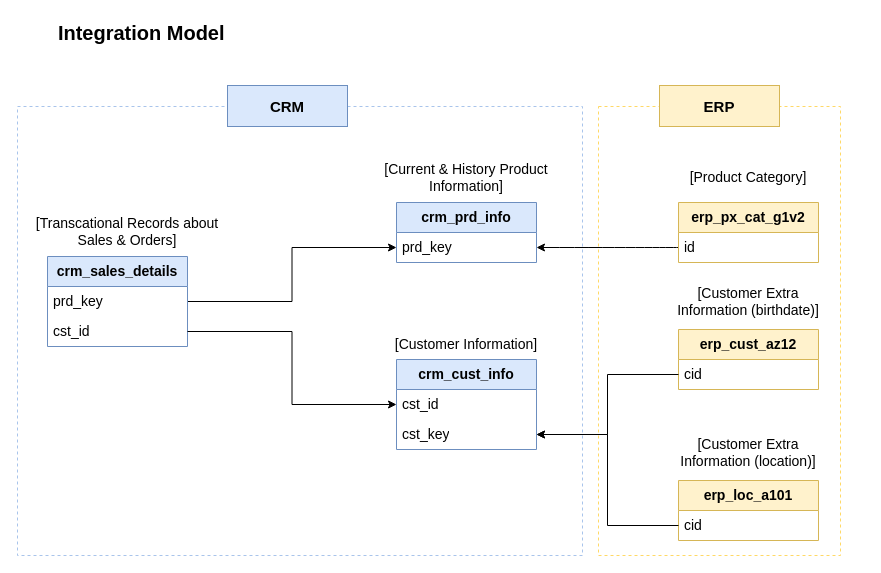
Earlier version of the draw.io diagram docs/diagrams/data_integration.drawio (NaimZaaraoui/data-warehouse-project-v2). Source tidied: cells renumbered, new cells numbered last; positions are measured from the earlier drawing's top-left corner, leaving out a move shared by most shapes. Both pictures are drawn from the tidied source at 100%, with x=0, y=0 at pixel (17, 17).
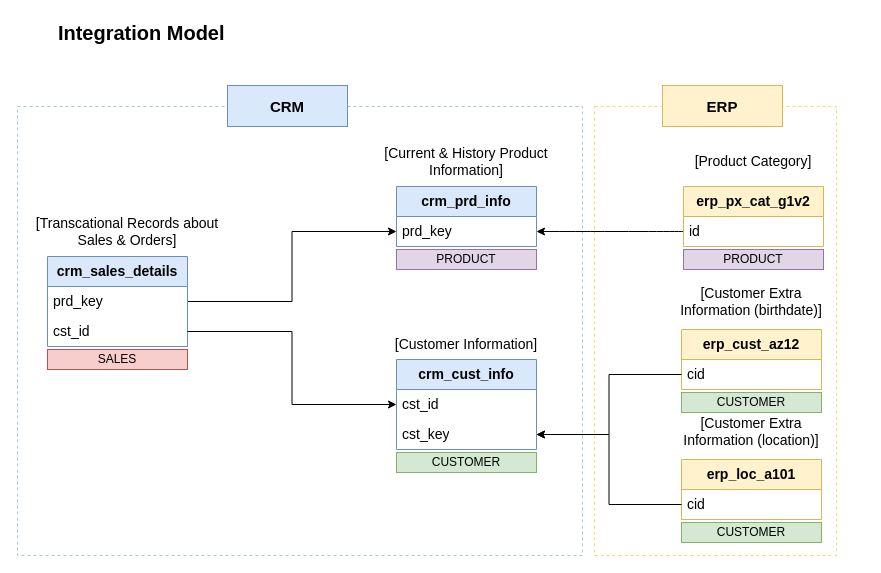
The same diagram, later.

Commit message (it also covers changes not shown here):
Update data integration diagram: adjust layout and add CRM and ERP sections

Change to the diagram source:
```diff
@@
+    <mxCell id="28" style="rounded=0;whiteSpace=wrap;html=1;fillColor=none;dashed=1;strokeColor=#A9C4EB;" parent="1" vertex="1">
+      <mxGeometry y="89" width="565" height="449" as="geometry" />
+    </mxCell>
+    <mxCell id="30" style="rounded=0;whiteSpace=wrap;html=1;fillColor=none;dashed=1;strokeColor=#FFD966;" parent="1" vertex="1">
+      <mxGeometry x="577" y="89" width="242" height="449" as="geometry" />
+    </mxCell>
@@
     <mxCell id="7" value="&lt;b&gt;crm_prd_info&lt;/b&gt;" style="swimlane;fontStyle=0;horizontal=1;startSize=30;whiteSpace=wrap;html=1;swimlaneLine=1;fillColor=#dae8fc;strokeColor=#6c8ebf;fontSize=14;" parent="1" vertex="1">
-      <mxGeometry x="379" y="185" width="140" height="60" as="geometry" />
+      <mxGeometry x="379" y="169" width="140" height="60" as="geometry" />
     </mxCell>
@@
     <mxCell id="9" value="[Current &amp;amp; History Product Information]" style="text;html=1;whiteSpace=wrap;strokeColor=none;fillColor=none;align=center;verticalAlign=middle;rounded=0;fontSize=14;" parent="1" vertex="1">
-      <mxGeometry x="339" y="145" width="220" height="30" as="geometry" />
+      <mxGeometry x="339" y="129" width="220" height="30" as="geometry" />
     </mxCell>
@@
     <mxCell id="16" value="erp_cust_az12" style="swimlane;fontStyle=1;horizontal=1;startSize=30;whiteSpace=wrap;html=1;swimlaneLine=1;fillColor=#fff2cc;strokeColor=#d6b656;fontSize=14;" parent="1" vertex="1">
-      <mxGeometry x="661" y="312" width="140" height="60" as="geometry" />
+      <mxGeometry x="664" y="312" width="140" height="60" as="geometry" />
     </mxCell>
@@
     <mxCell id="18" value="[Customer Extra Information (birthdate)]" style="text;html=1;whiteSpace=wrap;strokeColor=none;fillColor=none;align=center;verticalAlign=middle;rounded=0;fontSize=14;" parent="1" vertex="1">
-      <mxGeometry x="651" y="269" width="160" height="30" as="geometry" />
+      <mxGeometry x="654" y="269" width="160" height="30" as="geometry" />
     </mxCell>
@@
     <mxCell id="20" value="erp_loc_a101" style="swimlane;fontStyle=1;horizontal=1;startSize=30;whiteSpace=wrap;html=1;swimlaneLine=1;fillColor=#fff2cc;strokeColor=#d6b656;fontSize=14;" parent="1" vertex="1">
-      <mxGeometry x="661" y="463" width="140" height="60" as="geometry" />
+      <mxGeometry x="664" y="442" width="140" height="60" as="geometry" />
     </mxCell>
@@
     <mxCell id="22" value="[Customer Extra Information (location)]" style="text;html=1;whiteSpace=wrap;strokeColor=none;fillColor=none;align=center;verticalAlign=middle;rounded=0;fontSize=14;" parent="1" vertex="1">
-      <mxGeometry x="651" y="420" width="160" height="30" as="geometry" />
+      <mxGeometry x="654" y="399" width="160" height="30" as="geometry" />
     </mxCell>
@@
     <mxCell id="25" value="&lt;b&gt;erp_px_cat_g1v2&lt;/b&gt;" style="swimlane;fontStyle=0;horizontal=1;startSize=30;whiteSpace=wrap;html=1;swimlaneLine=1;fillColor=#fff2cc;strokeColor=#d6b656;fontSize=14;" parent="1" vertex="1">
-      <mxGeometry x="661" y="185" width="140" height="60" as="geometry" />
+      <mxGeometry x="666" y="169" width="140" height="60" as="geometry" />
     </mxCell>
@@
     <mxCell id="27" value="[Product Category]" style="text;html=1;whiteSpace=wrap;strokeColor=none;fillColor=none;align=center;verticalAlign=middle;rounded=0;fontSize=14;" parent="1" vertex="1">
-      <mxGeometry x="621" y="145" width="220" height="30" as="geometry" />
+      <mxGeometry x="626" y="129" width="220" height="30" as="geometry" />
     </mxCell>
-    <mxCell id="28" style="rounded=0;whiteSpace=wrap;html=1;fillColor=none;dashed=1;strokeColor=#A9C4EB;" parent="1" vertex="1">
-      <mxGeometry y="89" width="565" height="449" as="geometry" />
-    </mxCell>
@@
-    <mxCell id="30" style="rounded=0;whiteSpace=wrap;html=1;fillColor=none;dashed=1;strokeColor=#FFD966;" parent="1" vertex="1">
-      <mxGeometry x="581" y="89" width="242" height="449" as="geometry" />
-    </mxCell>
     <mxCell id="31" value="ERP" style="rounded=0;whiteSpace=wrap;html=1;fillColor=#fff2cc;strokeColor=#d6b656;fontSize=15;fontStyle=1;" parent="1" vertex="1">
-      <mxGeometry x="642" y="68" width="120" height="41" as="geometry" />
+      <mxGeometry x="645" y="68" width="120" height="41" as="geometry" />
     </mxCell>
+    <mxCell id="32" value="PRODUCT" style="text;html=1;strokeColor=#9673a6;fillColor=#e1d5e7;align=center;verticalAlign=middle;whiteSpace=wrap;overflow=hidden;" parent="1" vertex="1">
+      <mxGeometry x="379" y="232" width="140" height="20" as="geometry" />
+    </mxCell>
+    <mxCell id="33" value="PRODUCT" style="text;html=1;strokeColor=#9673a6;fillColor=#e1d5e7;align=center;verticalAlign=middle;whiteSpace=wrap;overflow=hidden;" parent="1" vertex="1">
+      <mxGeometry x="666" y="232" width="140" height="20" as="geometry" />
+    </mxCell>
+    <mxCell id="34" value="CUSTOMER" style="text;html=1;strokeColor=#82b366;fillColor=#d5e8d4;align=center;verticalAlign=middle;whiteSpace=wrap;overflow=hidden;" parent="1" vertex="1">
+      <mxGeometry x="379" y="435" width="140" height="20" as="geometry" />
+    </mxCell>
+    <mxCell id="35" value="CUSTOMER" style="text;html=1;strokeColor=#82b366;fillColor=#d5e8d4;align=center;verticalAlign=middle;whiteSpace=wrap;overflow=hidden;" parent="1" vertex="1">
+      <mxGeometry x="664" y="375" width="140" height="20" as="geometry" />
+    </mxCell>
+    <mxCell id="36" value="CUSTOMER" style="text;html=1;strokeColor=#82b366;fillColor=#d5e8d4;align=center;verticalAlign=middle;whiteSpace=wrap;overflow=hidden;" parent="1" vertex="1">
+      <mxGeometry x="664" y="505" width="140" height="20" as="geometry" />
+    </mxCell>
+    <mxCell id="37" value="SALES" style="text;html=1;strokeColor=#b85450;fillColor=#f8cecc;align=center;verticalAlign=middle;whiteSpace=wrap;overflow=hidden;" parent="1" vertex="1">
+      <mxGeometry x="30" y="332" width="140" height="20" as="geometry" />
+    </mxCell>
```
